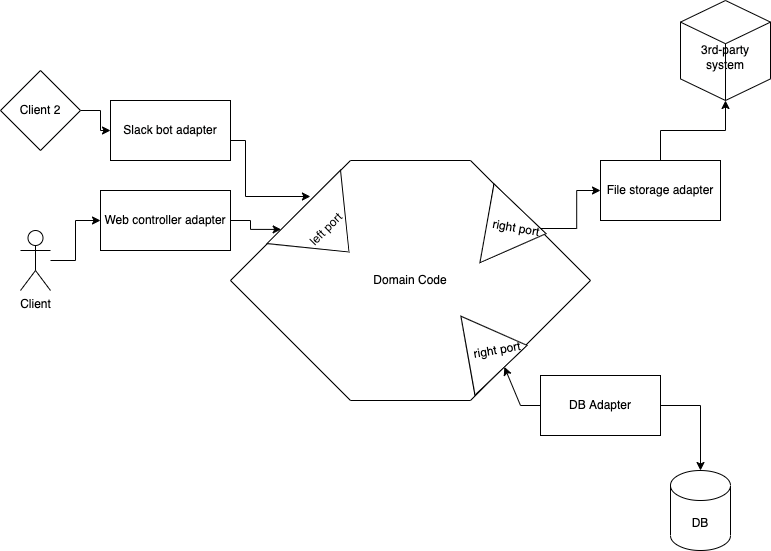
Earlier version of the draw.io export img/HexagonalArchitecture.png (tddfellow/learning-hour-hexagonal-architecture). Source tidied: cells renumbered, new cells last; positions are measured from the earlier drawing's top-left corner, leaving out a move shared by most shapes. Source of this version:
```xml
<mxGraphModel>
  <root>
    <mxCell id="0" />
    <mxCell id="1" parent="0" />
    <mxCell id="2" value="Domain Code" style="shape=hexagon;perimeter=hexagonPerimeter2;whiteSpace=wrap;html=1;fixedSize=1;size=120;" parent="1" vertex="1">
      <mxGeometry x="230" y="160" width="360" height="240" as="geometry" />
    </mxCell>
    <mxCell id="3" value="left port" style="triangle;whiteSpace=wrap;html=1;direction=south;rotation=-45;" parent="1" vertex="1">
      <mxGeometry x="273.9" y="196.9" width="104" height="64" as="geometry" />
    </mxCell>
    <mxCell id="4" style="edgeStyle=orthogonalEdgeStyle;rounded=0;jettySize=auto;html=1;" parent="1" edge="1" source="5" target="3">
      <mxGeometry relative="1" as="geometry" />
    </mxCell>
    <mxCell id="5" value="Web controller adapter" style="rounded=0;whiteSpace=wrap;html=1;" parent="1" vertex="1">
      <mxGeometry x="100" y="190" width="130" height="60" as="geometry" />
    </mxCell>
    <mxCell id="6" style="edgeStyle=orthogonalEdgeStyle;rounded=0;jettySize=auto;html=1;entryX=0.222;entryY=0.15;entryDx=0;entryDy=0;entryPerimeter=0;" parent="1" edge="1" source="7" target="2">
      <mxGeometry relative="1" as="geometry">
        <Array as="points">
          <mxPoint x="245" y="140" />
          <mxPoint x="245" y="196" />
        </Array>
      </mxGeometry>
    </mxCell>
    <mxCell id="7" value="Slack bot adapter" style="rounded=0;whiteSpace=wrap;html=1;" parent="1" vertex="1">
      <mxGeometry x="110" y="100" width="120" height="60" as="geometry" />
    </mxCell>
    <mxCell id="8" value="right port" style="triangle;whiteSpace=wrap;html=1;rotation=-10;" parent="1" vertex="1">
      <mxGeometry x="467" y="310" width="60" height="80" as="geometry" />
    </mxCell>
    <mxCell id="9" value="DB" style="shape=cylinder3;whiteSpace=wrap;html=1;boundedLbl=1;backgroundOutline=1;size=15;" parent="1" vertex="1">
      <mxGeometry x="670" y="470" width="60" height="80" as="geometry" />
    </mxCell>
    <mxCell id="10" style="edgeStyle=orthogonalEdgeStyle;rounded=0;jettySize=auto;html=1;" parent="1" edge="1" source="12" target="8">
      <mxGeometry relative="1" as="geometry">
        <Array as="points">
          <mxPoint x="520" y="405" />
        </Array>
      </mxGeometry>
    </mxCell>
    <mxCell id="11" style="edgeStyle=orthogonalEdgeStyle;rounded=0;jettySize=auto;html=1;" parent="1" edge="1" source="12" target="9">
      <mxGeometry relative="1" as="geometry" />
    </mxCell>
    <mxCell id="12" value="DB Adapter" style="rounded=0;whiteSpace=wrap;html=1;" parent="1" vertex="1">
      <mxGeometry x="540" y="375" width="120" height="60" as="geometry" />
    </mxCell>
    <mxCell id="13" style="edgeStyle=orthogonalEdgeStyle;rounded=0;jettySize=auto;html=1;" parent="1" edge="1" source="14" target="5">
      <mxGeometry relative="1" as="geometry" />
    </mxCell>
    <mxCell id="14" value="Client" style="shape=umlActor;verticalLabelPosition=bottom;verticalAlign=top;html=1;outlineConnect=0;" parent="1" vertex="1">
      <mxGeometry x="20" y="230" width="30" height="60" as="geometry" />
    </mxCell>
    <mxCell id="15" style="edgeStyle=orthogonalEdgeStyle;rounded=0;jettySize=auto;html=1;" parent="1" edge="1" source="16" target="7">
      <mxGeometry relative="1" as="geometry" />
    </mxCell>
    <mxCell id="16" value="Client 2" style="rhombus;whiteSpace=wrap;html=1;" parent="1" vertex="1">
      <mxGeometry y="70" width="80" height="80" as="geometry" />
    </mxCell>
    <mxCell id="17" style="edgeStyle=orthogonalEdgeStyle;rounded=0;jettySize=auto;html=1;" parent="1" edge="1" source="18" target="20">
      <mxGeometry relative="1" as="geometry" />
    </mxCell>
    <mxCell id="18" value="right port" style="triangle;whiteSpace=wrap;html=1;rotation=10;" parent="1" vertex="1">
      <mxGeometry x="486" y="188" width="60" height="80" as="geometry" />
    </mxCell>
    <mxCell id="19" style="edgeStyle=orthogonalEdgeStyle;rounded=0;jettySize=auto;html=1;" parent="1" edge="1" source="20" target="21">
      <mxGeometry relative="1" as="geometry" />
    </mxCell>
    <mxCell id="20" value="File storage adapter" style="rounded=0;whiteSpace=wrap;html=1;" parent="1" vertex="1">
      <mxGeometry x="600" y="160" width="120" height="60" as="geometry" />
    </mxCell>
    <mxCell id="21" value="&lt;br&gt;3rd-party system" style="html=1;whiteSpace=wrap;shape=isoCube2;backgroundOutline=1;isoAngle=15;" parent="1" vertex="1">
      <mxGeometry x="680" width="90" height="100" as="geometry" />
    </mxCell>
  </root>
</mxGraphModel>
```
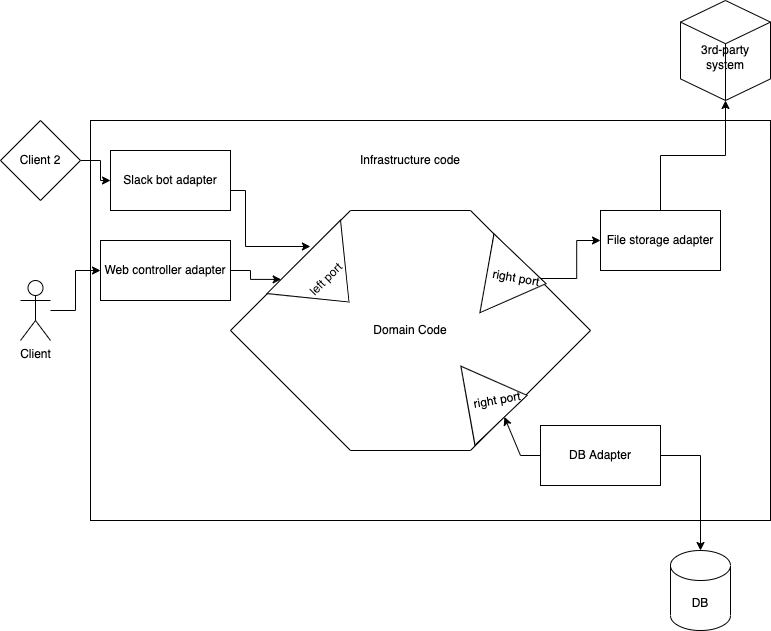
The same diagram one commit later.

Commit message:
Update picture and add important note on the port interface

What changed in the source:
```diff
@@ -2,6 +2,9 @@
   <root>
     <mxCell id="0" />
     <mxCell id="1" parent="0" />
+    <mxCell id="22" style="rounded=0;whiteSpace=wrap;html=1;" parent="1" vertex="1">
+      <mxGeometry x="90" y="70" width="680" height="400" as="geometry" />
+    </mxCell>
     <mxCell id="2" value="Domain Code" style="shape=hexagon;perimeter=hexagonPerimeter2;whiteSpace=wrap;html=1;fixedSize=1;size=120;" parent="1" vertex="1">
       <mxGeometry x="230" y="160" width="360" height="240" as="geometry" />
     </mxCell>
@@ -29,7 +32,7 @@
       <mxGeometry x="467" y="310" width="60" height="80" as="geometry" />
     </mxCell>
     <mxCell id="9" value="DB" style="shape=cylinder3;whiteSpace=wrap;html=1;boundedLbl=1;backgroundOutline=1;size=15;" parent="1" vertex="1">
-      <mxGeometry x="670" y="470" width="60" height="80" as="geometry" />
+      <mxGeometry x="670" y="500" width="60" height="80" as="geometry" />
     </mxCell>
     <mxCell id="10" style="edgeStyle=orthogonalEdgeStyle;rounded=0;jettySize=auto;html=1;" parent="1" edge="1" source="12" target="8">
       <mxGeometry relative="1" as="geometry">
@@ -69,7 +72,10 @@
       <mxGeometry x="600" y="160" width="120" height="60" as="geometry" />
     </mxCell>
     <mxCell id="21" value="&lt;br&gt;3rd-party system" style="html=1;whiteSpace=wrap;shape=isoCube2;backgroundOutline=1;isoAngle=15;" parent="1" vertex="1">
-      <mxGeometry x="680" width="90" height="100" as="geometry" />
+      <mxGeometry x="680" y="-50" width="90" height="100" as="geometry" />
     </mxCell>
+    <mxCell id="23" value="Infrastructure code" style="text;html=1;strokeColor=none;fillColor=none;align=center;verticalAlign=middle;whiteSpace=wrap;rounded=0;" parent="1" vertex="1">
+      <mxGeometry x="345" y="95" width="130" height="30" as="geometry" />
+    </mxCell>
   </root>
 </mxGraphModel>
```
